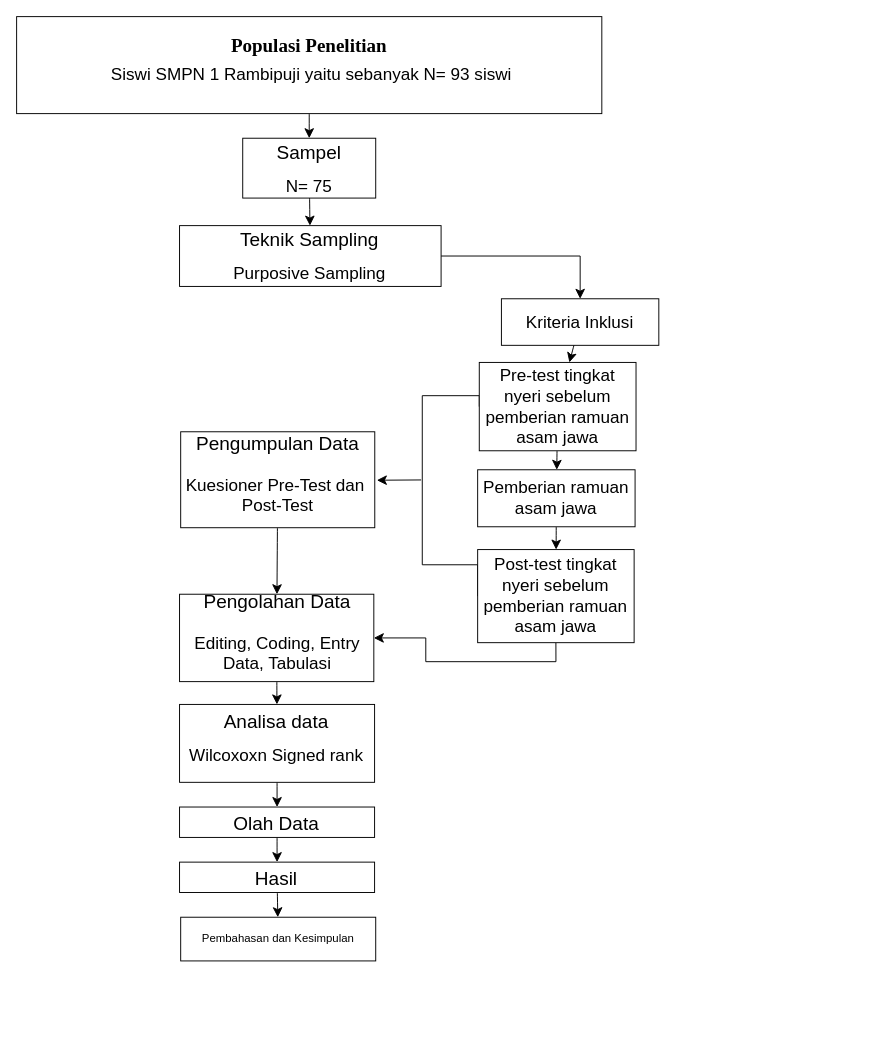
The draw.io diagram Diagram Tanpa Judul.drawio in cyberDev890/Iseng_Part-, before the edit. Source tidied: cells renumbered, new cells numbered last; positions are measured from the earlier drawing's top-left corner, leaving out a move shared by most shapes. Both pictures are drawn from the tidied source at 95%, with x=0, y=0 at pixel (16, 16).
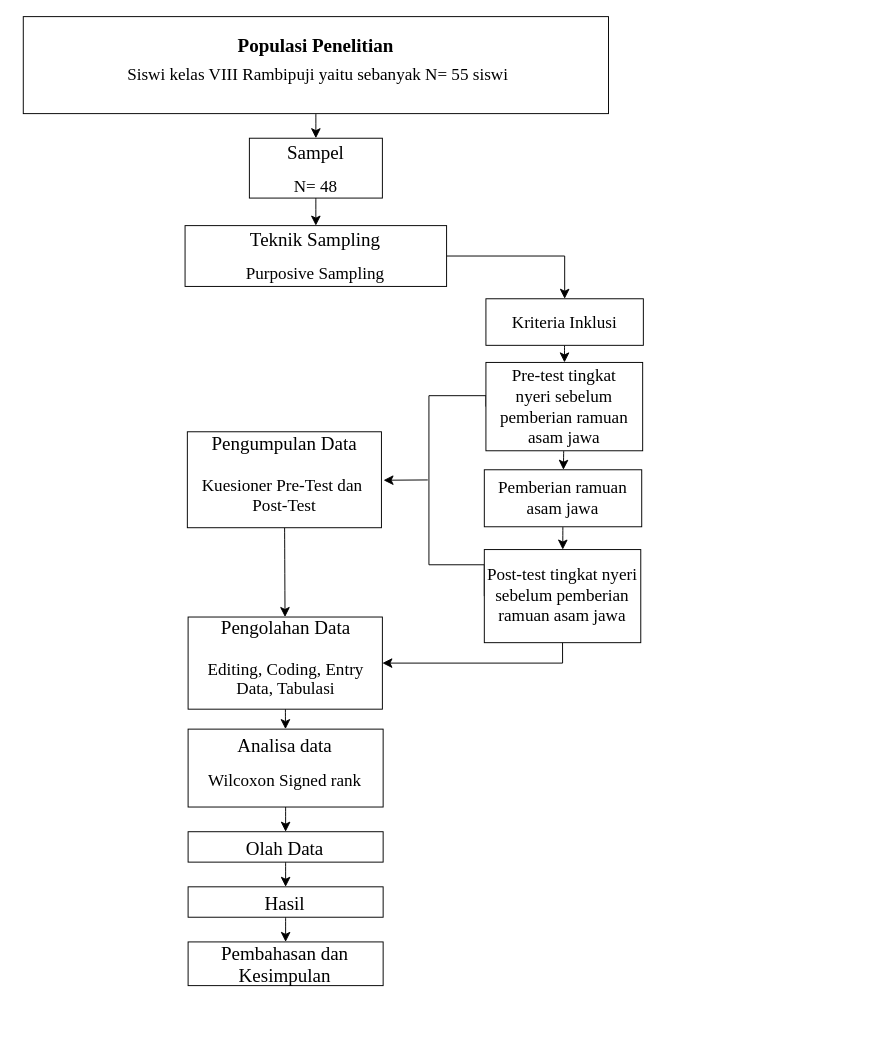
The same page after the edit.

The edit, as a diff of the source:
```diff
@@
-    <mxCell id="2" style="group;" parent="1" vertex="1">
+    <mxCell id="2" style="group;fontFamily=Times New Roman;" parent="1" vertex="1">
       <mxGeometry x="25" y="6" width="877" height="1064" as="geometry" />
     </mxCell>
-    <mxCell id="3" value="&lt;p align=&quot;center&quot; class=&quot;MsoNormal&quot;&gt;&lt;font style=&quot;font-size: 18px;&quot;&gt;Kriteria Inklusi&lt;/font&gt;&lt;/p&gt;" style="whiteSpace=wrap;html=1;rounded=0;" parent="2" vertex="1">
-      <mxGeometry x="485.3" y="291" width="165.7" height="49" as="geometry" />
-    </mxCell>
-    <mxCell id="4" style="group;" parent="2" vertex="1">
-      <mxGeometry x="-25" y="-6" width="877" height="1064" as="geometry" />
+    <mxCell id="4" style="group;fontFamily=Times New Roman;" parent="2" vertex="1">
+      <mxGeometry x="-18" y="-6" width="877" height="1064" as="geometry" />
     </mxCell>
-    <mxCell id="5" style="edgeStyle=none;curved=1;rounded=0;jettySize=auto;html=1;fontSize=12;startSize=8;endSize=8;" parent="4" edge="1" source="6" target="8">
+    <mxCell id="5" style="edgeStyle=none;curved=1;rounded=0;jettySize=auto;html=1;fontSize=12;startSize=8;endSize=8;fontFamily=Times New Roman;" parent="4" edge="1" source="6" target="8">
       <mxGeometry relative="1" as="geometry" />
     </mxCell>
-    <mxCell id="6" value="&lt;p style=&quot;margin-left: 0cm;&quot; align=&quot;center&quot; class=&quot;MsoListParagraph&quot;&gt;&lt;b&gt;&lt;span style=&quot;font-family: &amp;quot;Times New Roman&amp;quot;, serif;&quot; lang=&quot;IN&quot;&gt;&lt;font style=&quot;font-size: 20px;&quot;&gt;Populasi Penelitian&lt;/font&gt;&lt;/span&gt;&lt;/b&gt;&lt;/p&gt;&lt;p align=&quot;center&quot; class=&quot;MsoNormal&quot;&gt;&lt;span style=&quot;line-height: 12.84px;&quot;&gt;&lt;font style=&quot;font-size: 18px;&quot;&gt;&amp;nbsp;Siswi SMPN 1 Rambipuji yaitu sebanyak N= 93 siswi&lt;/font&gt;&lt;/span&gt;&lt;/p&gt;&lt;div&gt;&lt;br&gt;&lt;/div&gt;" style="rounded=0;whiteSpace=wrap;html=1;" parent="4" vertex="1">
+    <mxCell id="6" value="&lt;p class=&quot;MsoListParagraph&quot; align=&quot;center&quot; style=&quot;margin-left: 0cm;&quot;&gt;&lt;b&gt;&lt;span lang=&quot;IN&quot; style=&quot;&quot;&gt;&lt;font style=&quot;font-size: 20px;&quot;&gt;Populasi Penelitian&lt;/font&gt;&lt;/span&gt;&lt;/b&gt;&lt;/p&gt;&lt;p class=&quot;MsoNormal&quot; align=&quot;center&quot;&gt;&lt;span style=&quot;line-height: 12.84px;&quot;&gt;&lt;font style=&quot;font-size: 18px;&quot;&gt;&amp;nbsp;Siswi kelas VIII Rambipuji yaitu sebanyak N= 55 siswi&lt;/font&gt;&lt;/span&gt;&lt;/p&gt;&lt;div&gt;&lt;br&gt;&lt;/div&gt;" style="rounded=0;whiteSpace=wrap;html=1;fontFamily=Times New Roman;" parent="4" vertex="1">
       <mxGeometry width="616" height="102.1" as="geometry" />
     </mxCell>
-    <mxCell id="7" style="edgeStyle=none;curved=1;rounded=0;jettySize=auto;html=1;fontSize=12;startSize=8;endSize=8;" parent="4" edge="1" source="8" target="10">
+    <mxCell id="7" style="edgeStyle=none;curved=1;rounded=0;jettySize=auto;html=1;fontSize=12;startSize=8;endSize=8;fontFamily=Times New Roman;" parent="4" edge="1" source="8" target="10">
       <mxGeometry relative="1" as="geometry" />
     </mxCell>
-    <mxCell id="8" value="&lt;font style=&quot;font-size: 20px;&quot;&gt;Sampel&lt;/font&gt;&lt;div&gt;&lt;br&gt;&lt;div&gt;&lt;font style=&quot;font-size: 18px;&quot;&gt;N= 75&lt;/font&gt;&lt;/div&gt;&lt;/div&gt;" style="rounded=0;whiteSpace=wrap;html=1;" parent="4" vertex="1">
+    <mxCell id="8" value="&lt;font style=&quot;font-size: 20px;&quot;&gt;Sampel&lt;/font&gt;&lt;div&gt;&lt;br&gt;&lt;div&gt;&lt;font style=&quot;font-size: 18px;&quot;&gt;N= 48&lt;/font&gt;&lt;/div&gt;&lt;/div&gt;" style="rounded=0;whiteSpace=wrap;html=1;fontFamily=Times New Roman;" parent="4" vertex="1">
       <mxGeometry x="238" y="128" width="140" height="63" as="geometry" />
     </mxCell>
-    <mxCell id="9" style="edgeStyle=orthogonalEdgeStyle;rounded=0;jettySize=auto;html=1;fontSize=12;startSize=8;endSize=8;exitX=1;exitY=0.5;exitDx=0;exitDy=0;" parent="4" edge="1" source="10" target="3">
+    <mxCell id="9" style="edgeStyle=orthogonalEdgeStyle;rounded=0;jettySize=auto;html=1;fontSize=12;startSize=8;endSize=8;exitX=1;exitY=0.5;exitDx=0;exitDy=0;fontFamily=Times New Roman;" parent="4" edge="1" source="10" target="3">
       <mxGeometry relative="1" as="geometry" />
     </mxCell>
-    <mxCell id="10" value="&lt;font style=&quot;font-size: 20px;&quot;&gt;Teknik Sampling&lt;/font&gt;&lt;div&gt;&lt;br&gt;&lt;/div&gt;&lt;div&gt;&lt;font style=&quot;font-size: 18px;&quot;&gt;Purposive Sampling&lt;/font&gt;&lt;/div&gt;" style="rounded=0;whiteSpace=wrap;html=1;" parent="4" vertex="1">
-      <mxGeometry x="171.5" y="220" width="275.3" height="64" as="geometry" />
+    <mxCell id="10" value="&lt;font style=&quot;font-size: 20px;&quot;&gt;Teknik Sampling&lt;/font&gt;&lt;div&gt;&lt;br&gt;&lt;/div&gt;&lt;div&gt;&lt;font style=&quot;font-size: 18px;&quot;&gt;Purposive Sampling&lt;/font&gt;&lt;/div&gt;" style="rounded=0;whiteSpace=wrap;html=1;fontFamily=Times New Roman;" parent="4" vertex="1">
+      <mxGeometry x="170.3" y="220" width="275.3" height="64" as="geometry" />
     </mxCell>
-    <mxCell id="11" style="edgeStyle=none;curved=1;rounded=0;jettySize=auto;html=1;fontSize=12;startSize=8;endSize=8;" parent="4" edge="1" source="3" target="14">
+    <mxCell id="11" style="edgeStyle=none;curved=1;rounded=0;jettySize=auto;html=1;fontSize=12;startSize=8;endSize=8;fontFamily=Times New Roman;" parent="4" edge="1" source="3" target="14">
       <mxGeometry relative="1" as="geometry" />
     </mxCell>
-    <mxCell id="12" style="edgeStyle=none;curved=1;rounded=0;jettySize=auto;html=1;fontSize=12;startSize=8;endSize=8;" parent="4" edge="1" source="14" target="16">
+    <mxCell id="12" style="edgeStyle=none;curved=1;rounded=0;jettySize=auto;html=1;fontSize=12;startSize=8;endSize=8;fontFamily=Times New Roman;" parent="4" edge="1" source="14" target="16">
       <mxGeometry relative="1" as="geometry" />
     </mxCell>
-    <mxCell id="13" style="edgeStyle=orthogonalEdgeStyle;rounded=0;jettySize=auto;html=1;fontSize=12;startSize=8;endSize=8;entryX=0;entryY=0.5;entryDx=0;entryDy=0;exitX=0;exitY=0.5;exitDx=0;exitDy=0;startArrow=none;startFill=0;endArrow=none;" parent="4" edge="1" source="14" target="18">
+    <mxCell id="13" style="edgeStyle=orthogonalEdgeStyle;rounded=0;jettySize=auto;html=1;fontSize=12;startSize=8;endSize=8;entryX=0;entryY=0.5;entryDx=0;entryDy=0;exitX=0;exitY=0.5;exitDx=0;exitDy=0;startArrow=none;startFill=0;endArrow=none;fontFamily=Times New Roman;" parent="4" edge="1" source="14" target="18">
       <mxGeometry relative="1" as="geometry">
         <Array as="points">
           <mxPoint x="427" y="399" />
           <mxPoint x="427" y="577" />
         </Array>
       </mxGeometry>
     </mxCell>
-    <mxCell id="14" value="&lt;span style=&quot;font-size: 18px;&quot;&gt;Pre-test tingkat&lt;/span&gt;&lt;br style=&quot;font-size: 18px;&quot;&gt;&lt;span style=&quot;font-size: 18px;&quot;&gt;nyeri sebelum pemberian ramuan asam jawa&lt;/span&gt;" style="whiteSpace=wrap;html=1;rounded=0;" parent="4" vertex="1">
+    <mxCell id="14" value="&lt;span style=&quot;font-size: 18px;&quot;&gt;Pre-test tingkat&lt;/span&gt;&lt;br style=&quot;font-size: 18px;&quot;&gt;&lt;span style=&quot;font-size: 18px;&quot;&gt;nyeri sebelum pemberian ramuan asam jawa&lt;/span&gt;" style="whiteSpace=wrap;html=1;rounded=0;fontFamily=Times New Roman;" parent="4" vertex="1">
       <mxGeometry x="487" y="364" width="165" height="93" as="geometry" />
     </mxCell>
-    <mxCell id="15" style="edgeStyle=none;curved=1;rounded=0;jettySize=auto;html=1;fontSize=12;startSize=8;endSize=8;" parent="4" edge="1" source="16" target="18">
+    <mxCell id="15" style="edgeStyle=none;curved=1;rounded=0;jettySize=auto;html=1;fontSize=12;startSize=8;endSize=8;fontFamily=Times New Roman;" parent="4" edge="1" source="16" target="18">
       <mxGeometry relative="1" as="geometry" />
     </mxCell>
-    <mxCell id="16" value="&lt;font style=&quot;font-size: 18px;&quot;&gt;Pemberian ramuan asam jawa&lt;/font&gt;" style="whiteSpace=wrap;html=1;rounded=0;" parent="4" vertex="1">
+    <mxCell id="16" value="&lt;font style=&quot;font-size: 18px;&quot;&gt;Pemberian ramuan asam jawa&lt;/font&gt;" style="whiteSpace=wrap;html=1;rounded=0;fontFamily=Times New Roman;" parent="4" vertex="1">
       <mxGeometry x="485.3" y="477" width="165.7" height="60" as="geometry" />
     </mxCell>
-    <mxCell id="17" style="edgeStyle=orthogonalEdgeStyle;rounded=0;jettySize=auto;html=1;entryX=1;entryY=0.5;entryDx=0;entryDy=0;fontSize=12;startSize=8;endSize=8;exitX=0.5;exitY=1;exitDx=0;exitDy=0;" parent="4" edge="1" source="18" target="23">
+    <mxCell id="17" style="edgeStyle=orthogonalEdgeStyle;rounded=0;jettySize=auto;html=1;entryX=1;entryY=0.5;entryDx=0;entryDy=0;fontSize=12;startSize=8;endSize=8;exitX=0.5;exitY=1;exitDx=0;exitDy=0;fontFamily=Times New Roman;" parent="4" edge="1" source="18" target="23">
       <mxGeometry relative="1" as="geometry" />
     </mxCell>
-    <mxCell id="18" value="&lt;span style=&quot;font-size: 18px;&quot;&gt;Post-test tingkat nyeri sebelum pemberian ramuan asam jawa&lt;/span&gt;" style="whiteSpace=wrap;html=1;rounded=0;" parent="4" vertex="1">
+    <mxCell id="18" value="&lt;span style=&quot;font-size: 18px;&quot;&gt;Post-test tingkat nyeri sebelum pemberian ramuan asam jawa&lt;/span&gt;" style="whiteSpace=wrap;html=1;rounded=0;fontFamily=Times New Roman;" parent="4" vertex="1">
       <mxGeometry x="485.3" y="561" width="164.7" height="98" as="geometry" />
     </mxCell>
-    <mxCell id="19" style="edgeStyle=none;curved=1;rounded=0;jettySize=auto;html=1;fontSize=12;startSize=8;endSize=8;" parent="4" edge="1" source="20" target="23">
+    <mxCell id="19" style="edgeStyle=none;curved=1;rounded=0;jettySize=auto;html=1;fontSize=12;startSize=8;endSize=8;fontFamily=Times New Roman;" parent="4" edge="1" source="20" target="23">
       <mxGeometry relative="1" as="geometry" />
     </mxCell>
-    <mxCell id="20" value="&lt;div&gt;&lt;font style=&quot;font-size: 20px;&quot;&gt;Pengumpulan Data&lt;/font&gt;&lt;/div&gt;&lt;div&gt;&lt;span style=&quot;font-size: 18px; background-color: transparent; color: light-dark(rgb(0, 0, 0), rgb(255, 255, 255));&quot;&gt;&lt;br&gt;&lt;/span&gt;&lt;/div&gt;&lt;div&gt;&lt;span style=&quot;font-size: 18px; background-color: transparent; color: light-dark(rgb(0, 0, 0), rgb(255, 255, 255));&quot;&gt;Kuesioner Pre-Test dan&amp;nbsp; Post-Test&lt;/span&gt;&lt;/div&gt;&lt;p align=&quot;center&quot; class=&quot;MsoNormal&quot;&gt;&lt;/p&gt;" style="whiteSpace=wrap;html=1;rounded=0;" parent="4" vertex="1">
+    <mxCell id="20" value="&lt;div&gt;&lt;font style=&quot;font-size: 20px;&quot;&gt;Pengumpulan Data&lt;/font&gt;&lt;/div&gt;&lt;div&gt;&lt;span style=&quot;font-size: 18px; background-color: transparent; color: light-dark(rgb(0, 0, 0), rgb(255, 255, 255));&quot;&gt;&lt;br&gt;&lt;/span&gt;&lt;/div&gt;&lt;div&gt;&lt;span style=&quot;font-size: 18px; background-color: transparent; color: light-dark(rgb(0, 0, 0), rgb(255, 255, 255));&quot;&gt;Kuesioner Pre-Test dan&amp;nbsp; Post-Test&lt;/span&gt;&lt;/div&gt;&lt;p class=&quot;MsoNormal&quot; align=&quot;center&quot;&gt;&lt;/p&gt;" style="whiteSpace=wrap;html=1;rounded=0;fontFamily=Times New Roman;" parent="4" vertex="1">
       <mxGeometry x="172.7" y="437" width="204.3" height="101" as="geometry" />
     </mxCell>
-    <mxCell id="21" style="edgeStyle=none;curved=0;rounded=0;orthogonalLoop=1;jettySize=auto;html=1;fontSize=12;startSize=8;endSize=8;" parent="4" edge="1">
+    <mxCell id="21" style="edgeStyle=none;curved=0;rounded=0;orthogonalLoop=1;jettySize=auto;html=1;fontSize=12;startSize=8;endSize=8;fontFamily=Times New Roman;" parent="4" edge="1">
       <mxGeometry relative="1" as="geometry">
         <mxPoint x="425.8" y="487.7" as="sourcePoint" />
         <mxPoint x="379.2" y="488" as="targetPoint" />
       </mxGeometry>
     </mxCell>
-    <mxCell id="22" style="edgeStyle=none;curved=1;rounded=0;jettySize=auto;html=1;fontSize=12;startSize=8;endSize=8;" parent="4" edge="1" source="23" target="25">
+    <mxCell id="22" style="edgeStyle=none;curved=1;rounded=0;jettySize=auto;html=1;fontSize=12;startSize=8;endSize=8;fontFamily=Times New Roman;" parent="4" edge="1" source="23" target="25">
       <mxGeometry relative="1" as="geometry" />
     </mxCell>
-    <mxCell id="23" value="&lt;div&gt;&lt;font style=&quot;font-size: 20px;&quot;&gt;Pengolahan Data&lt;/font&gt;&lt;/div&gt;&lt;div&gt;&lt;span style=&quot;background-color: transparent; color: light-dark(rgb(0, 0, 0), rgb(255, 255, 255)); font-size: 18px;&quot;&gt;&lt;br&gt;&lt;/span&gt;&lt;/div&gt;&lt;div&gt;&lt;span style=&quot;background-color: transparent; color: light-dark(rgb(0, 0, 0), rgb(255, 255, 255)); font-size: 18px;&quot;&gt;Editing, Coding, Entry Data, Tabulasi&lt;/span&gt;&lt;/div&gt;&lt;p align=&quot;center&quot; class=&quot;MsoNormal&quot;&gt;&lt;/p&gt;" style="whiteSpace=wrap;html=1;rounded=0;" parent="4" vertex="1">
-      <mxGeometry x="171.5" y="608" width="204.5" height="92" as="geometry" />
+    <mxCell id="23" value="&lt;div&gt;&lt;font style=&quot;font-size: 20px;&quot;&gt;Pengolahan Data&lt;/font&gt;&lt;/div&gt;&lt;div&gt;&lt;span style=&quot;background-color: transparent; color: light-dark(rgb(0, 0, 0), rgb(255, 255, 255)); font-size: 18px;&quot;&gt;&lt;br&gt;&lt;/span&gt;&lt;/div&gt;&lt;div&gt;&lt;span style=&quot;background-color: transparent; color: light-dark(rgb(0, 0, 0), rgb(255, 255, 255)); font-size: 18px;&quot;&gt;Editing, Coding, Entry Data, Tabulasi&lt;/span&gt;&lt;/div&gt;&lt;p class=&quot;MsoNormal&quot; align=&quot;center&quot;&gt;&lt;/p&gt;" style="whiteSpace=wrap;html=1;rounded=0;fontFamily=Times New Roman;" parent="4" vertex="1">
+      <mxGeometry x="173.5" y="632" width="204.5" height="97" as="geometry" />
     </mxCell>
-    <mxCell id="24" style="edgeStyle=none;curved=1;rounded=0;jettySize=auto;html=1;fontSize=12;startSize=8;endSize=8;" parent="4" edge="1" source="25" target="28">
+    <mxCell id="24" style="edgeStyle=none;curved=1;rounded=0;jettySize=auto;html=1;fontSize=12;startSize=8;endSize=8;fontFamily=Times New Roman;" parent="4" edge="1" source="25" target="28">
       <mxGeometry relative="1" as="geometry" />
     </mxCell>
-    <mxCell id="25" value="&lt;div&gt;&lt;font style=&quot;font-size: 20px;&quot;&gt;Analisa data&lt;/font&gt;&lt;/div&gt;&lt;div&gt;&lt;br&gt;&lt;/div&gt;&lt;div&gt;&lt;span style=&quot;background-color: transparent; color: light-dark(rgb(0, 0, 0), rgb(255, 255, 255));&quot;&gt;&lt;font style=&quot;font-size: 18px;&quot;&gt;Wilcoxoxn Signed rank&lt;/font&gt;&lt;/span&gt;&lt;/div&gt;&lt;p align=&quot;center&quot; class=&quot;MsoNormal&quot;&gt;&lt;/p&gt;" style="whiteSpace=wrap;html=1;rounded=0;" parent="4" vertex="1">
-      <mxGeometry x="171.5" y="724" width="205.3" height="82" as="geometry" />
+    <mxCell id="25" value="&lt;div&gt;&lt;font style=&quot;font-size: 20px;&quot;&gt;Analisa data&lt;/font&gt;&lt;/div&gt;&lt;div&gt;&lt;br&gt;&lt;/div&gt;&lt;div&gt;&lt;span style=&quot;background-color: transparent; color: light-dark(rgb(0, 0, 0), rgb(255, 255, 255));&quot;&gt;&lt;font style=&quot;font-size: 18px;&quot;&gt;Wilcoxon Signed rank&lt;/font&gt;&lt;/span&gt;&lt;/div&gt;&lt;p class=&quot;MsoNormal&quot; align=&quot;center&quot;&gt;&lt;/p&gt;" style="whiteSpace=wrap;html=1;rounded=0;fontFamily=Times New Roman;" parent="4" vertex="1">
+      <mxGeometry x="173.5" y="750" width="205.3" height="82" as="geometry" />
     </mxCell>
-    <mxCell id="26" value="Pembahasan dan Kesimpulan" style="whiteSpace=wrap;html=1;rounded=0;" parent="4" vertex="1">
-      <mxGeometry x="172.7" y="948" width="205.3" height="46" as="geometry" />
+    <mxCell id="26" value="&lt;font style=&quot;font-size: 20px;&quot;&gt;Pembahasan dan Kesimpulan&lt;/font&gt;" style="whiteSpace=wrap;html=1;rounded=0;fontFamily=Times New Roman;" parent="4" vertex="1">
+      <mxGeometry x="173.5" y="974" width="205.3" height="46" as="geometry" />
     </mxCell>
-    <mxCell id="27" style="edgeStyle=none;curved=1;rounded=0;jettySize=auto;html=1;fontSize=12;startSize=8;endSize=8;" parent="4" edge="1" source="28" target="30">
+    <mxCell id="27" style="edgeStyle=none;curved=1;rounded=0;jettySize=auto;html=1;fontSize=12;startSize=8;endSize=8;fontFamily=Times New Roman;" parent="4" edge="1" source="28" target="30">
       <mxGeometry relative="1" as="geometry" />
     </mxCell>
-    <mxCell id="28" value="&lt;div&gt;&lt;br&gt;&lt;/div&gt;&lt;div&gt;&lt;font style=&quot;font-size: 20px;&quot;&gt;Olah Data&lt;/font&gt;&lt;/div&gt;&lt;p align=&quot;center&quot; class=&quot;MsoNormal&quot;&gt;&lt;/p&gt;" style="whiteSpace=wrap;html=1;rounded=0;" parent="4" vertex="1">
-      <mxGeometry x="171.5" y="832" width="205.3" height="32" as="geometry" />
+    <mxCell id="28" value="&lt;div&gt;&lt;br&gt;&lt;/div&gt;&lt;div&gt;&lt;font style=&quot;font-size: 20px;&quot;&gt;Olah Data&lt;/font&gt;&lt;/div&gt;&lt;p class=&quot;MsoNormal&quot; align=&quot;center&quot;&gt;&lt;/p&gt;" style="whiteSpace=wrap;html=1;rounded=0;fontFamily=Times New Roman;" parent="4" vertex="1">
+      <mxGeometry x="173.5" y="858" width="205.3" height="32" as="geometry" />
     </mxCell>
-    <mxCell id="29" style="edgeStyle=none;curved=1;rounded=0;jettySize=auto;html=1;fontSize=12;startSize=8;endSize=8;" parent="4" edge="1" source="30" target="26">
+    <mxCell id="29" style="edgeStyle=none;curved=1;rounded=0;jettySize=auto;html=1;fontSize=12;startSize=8;endSize=8;fontFamily=Times New Roman;" parent="4" edge="1" source="30" target="26">
       <mxGeometry relative="1" as="geometry" />
     </mxCell>
-    <mxCell id="30" value="&lt;div&gt;&lt;br&gt;&lt;/div&gt;&lt;div&gt;&lt;font style=&quot;font-size: 20px;&quot;&gt;Hasil&lt;/font&gt;&lt;/div&gt;&lt;p align=&quot;center&quot; class=&quot;MsoNormal&quot;&gt;&lt;/p&gt;" style="whiteSpace=wrap;html=1;rounded=0;" parent="4" vertex="1">
-      <mxGeometry x="171.5" y="890" width="205.3" height="32" as="geometry" />
+    <mxCell id="30" value="&lt;div&gt;&lt;br&gt;&lt;/div&gt;&lt;div&gt;&lt;font style=&quot;font-size: 20px;&quot;&gt;Hasil&lt;/font&gt;&lt;/div&gt;&lt;p class=&quot;MsoNormal&quot; align=&quot;center&quot;&gt;&lt;/p&gt;" style="whiteSpace=wrap;html=1;rounded=0;fontFamily=Times New Roman;" parent="4" vertex="1">
+      <mxGeometry x="173.5" y="916" width="205.3" height="32" as="geometry" />
     </mxCell>
+    <mxCell id="3" value="&lt;p class=&quot;MsoNormal&quot; align=&quot;center&quot;&gt;&lt;font style=&quot;font-size: 18px;&quot;&gt;Kriteria Inklusi&lt;/font&gt;&lt;/p&gt;" style="whiteSpace=wrap;html=1;rounded=0;fontFamily=Times New Roman;" parent="4" vertex="1">
+      <mxGeometry x="487" y="297" width="165.7" height="49" as="geometry" />
+    </mxCell>
```
